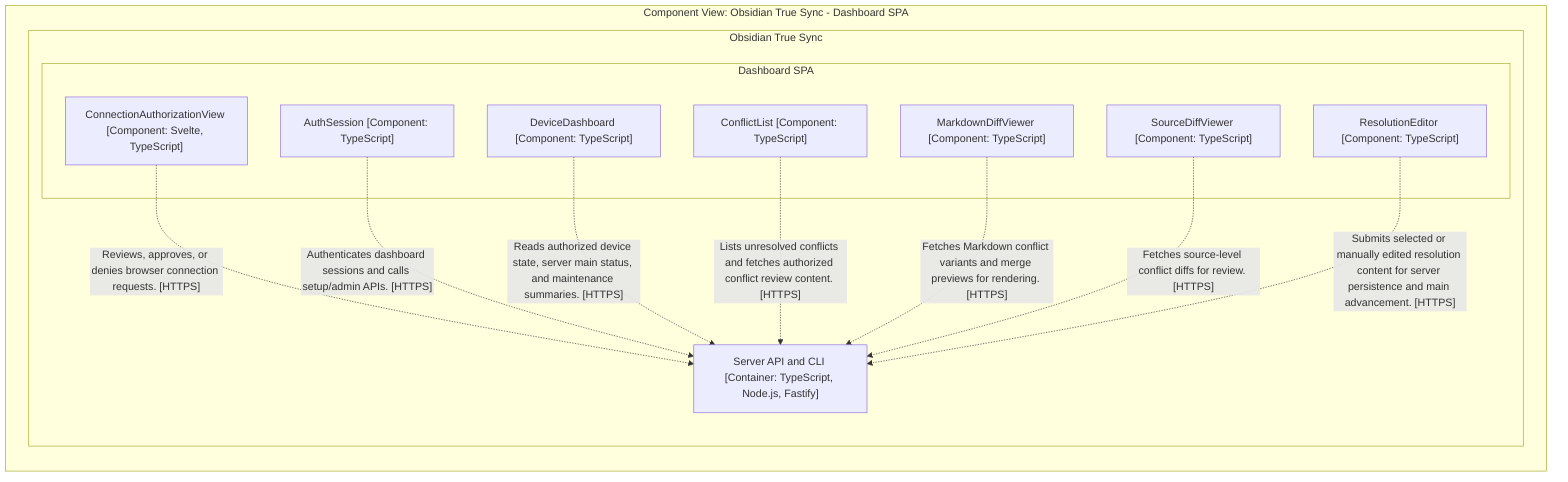
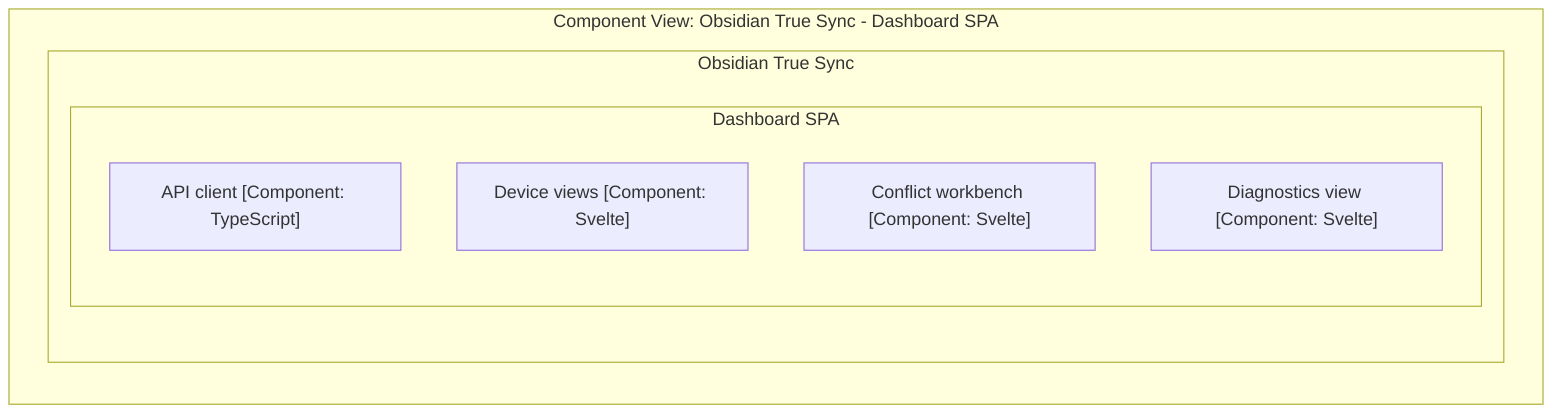
graph LR

  subgraph diagram ["Component View: Obsidian True Sync - Dashboard SPA"]

-     subgraph 6 ["Obsidian True Sync"]
+     subgraph 5 ["Obsidian True Sync"]

-       subgraph 23 ["Dashboard SPA"]
+       subgraph 15 ["Dashboard SPA"]

-         24["AuthSession [Component: TypeScript]"]
-         25["ConnectionAuthorizationView [Component: Svelte, TypeScript]"]
-         26["DeviceDashboard [Component: TypeScript]"]
-         27["ConflictList [Component: TypeScript]"]
-         28["MarkdownDiffViewer [Component: TypeScript]"]
-         29["SourceDiffViewer [Component: TypeScript]"]
-         30["ResolutionEditor [Component: TypeScript]"]
+         16["API client [Component: TypeScript]"]
+         17["Device views [Component: Svelte]"]
+         18["Conflict workbench [Component: Svelte]"]
+         19["Diagnostics view [Component: Svelte]"]
      end

-       7["Server API and CLI [Container: TypeScript, Node.js, Fastify]"]
    end

-     25-. "Reviews, approves, or denies browser connection requests. [HTTPS]" .->7
-     24-. "Authenticates dashboard sessions and calls setup/admin APIs. [HTTPS]" .->7
-     26-. "Reads authorized device state, server main status, and maintenance summaries. [HTTPS]" .->7
-     27-. "Lists unresolved conflicts and fetches authorized conflict review content. [HTTPS]" .->7
-     28-. "Fetches Markdown conflict variants and merge previews for rendering. [HTTPS]" .->7
-     29-. "Fetches source-level conflict diffs for review. [HTTPS]" .->7
-     30-. "Submits selected or manually edited resolution content for server persistence and main advancement. [HTTPS]" .->7
- 
  end
